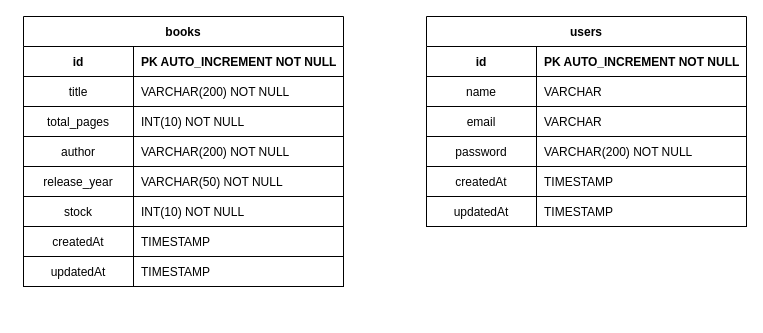
wendelcutrim/livraria-api-0622CDFSPCN18BRED keeps this draw.io diagram as database/db.drawio. Above is the earlier version. Source tidied: cells renumbered, new cells numbered last; positions are measured from the earlier drawing's top-left corner, leaving out a move shared by most shapes. Both pictures are drawn from the tidied source at 100%, with x=0, y=0 at pixel (23, 16).
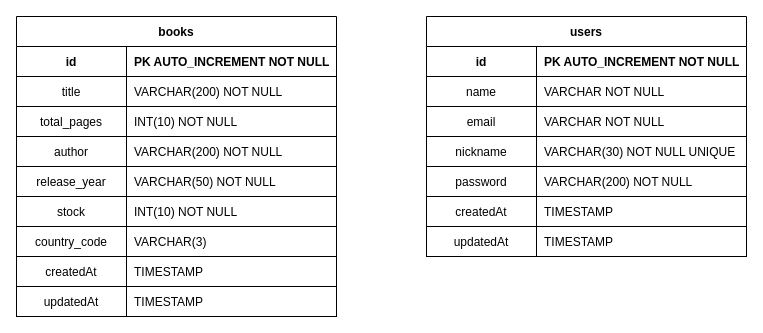
The same page after the edit.

The change refers to these unchanged cells:
```xml
<mxCell id="21" style="shape=tableRow;horizontal=0;startSize=0;swimlaneHead=0;swimlaneBody=0;fillColor=none;top=0;left=0;right=0;bottom=1;" parent="2" vertex="1">
  <mxGeometry y="210" width="320" height="30" as="geometry" />
</mxCell>
<mxCell id="24" style="shape=tableRow;horizontal=0;startSize=0;swimlaneHead=0;swimlaneBody=0;fillColor=none;top=0;left=0;right=0;bottom=1;" parent="2" vertex="1">
  <mxGeometry y="240" width="320" height="30" as="geometry" />
</mxCell>
<mxCell id="31" style="shape=tableRow;horizontal=0;startSize=0;swimlaneHead=0;swimlaneBody=0;fillColor=none;top=0;left=0;right=0;bottom=1;" parent="27" vertex="1">
  <mxGeometry y="60" width="320" height="30" as="geometry" />
</mxCell>
<mxCell id="34" style="shape=tableRow;horizontal=0;startSize=0;swimlaneHead=0;swimlaneBody=0;fillColor=none;top=0;left=0;right=0;bottom=1;" parent="27" vertex="1">
  <mxGeometry y="90" width="320" height="30" as="geometry" />
</mxCell>
<mxCell id="37" style="shape=tableRow;horizontal=0;startSize=0;swimlaneHead=0;swimlaneBody=0;fillColor=none;top=0;left=0;right=0;bottom=1;" parent="27" vertex="1">
  <mxGeometry y="120" width="320" height="30" as="geometry" />
</mxCell>
<mxCell id="40" style="shape=tableRow;horizontal=0;startSize=0;swimlaneHead=0;swimlaneBody=0;fillColor=none;top=0;left=0;right=0;bottom=1;" parent="27" vertex="1">
  <mxGeometry y="150" width="320" height="30" as="geometry" />
</mxCell>
<mxCell id="43" style="shape=tableRow;horizontal=0;startSize=0;swimlaneHead=0;swimlaneBody=0;fillColor=none;top=0;left=0;right=0;bottom=1;" parent="27" vertex="1">
  <mxGeometry y="180" width="320" height="30" as="geometry" />
</mxCell>
```

Change to the diagram source:
```diff
@@
     <mxCell id="2" value="books" style="shape=table;startSize=30;childLayout=tableLayout;rowLines=0;fontStyle=1;align=center;" parent="1" vertex="1">
-      <mxGeometry width="320" height="270" as="geometry" />
+      <mxGeometry x="-7" width="320" height="300" as="geometry" />
     </mxCell>
@@
-    <mxCell id="22" value="createdAt" style="shape=partialRectangle;fillColor=none;top=0;left=0;bottom=0;right=0;fontStyle=0;overflow=hidden;" parent="21" vertex="1">
+    <mxCell id="22" value="country_code" style="shape=partialRectangle;fillColor=none;top=0;left=0;bottom=0;right=0;fontStyle=0;overflow=hidden;" parent="21" vertex="1">
       <mxGeometry width="110" height="30" as="geometry" />
     </mxCell>
-    <mxCell id="23" value="TIMESTAMP" style="shape=partialRectangle;fillColor=none;top=0;left=0;bottom=0;right=0;align=left;spacingLeft=6;fontStyle=0;overflow=hidden;" parent="21" vertex="1">
+    <mxCell id="23" value="VARCHAR(3)" style="shape=partialRectangle;fillColor=none;top=0;left=0;bottom=0;right=0;align=left;spacingLeft=6;fontStyle=0;overflow=hidden;" parent="21" vertex="1">
       <mxGeometry x="110" width="210" height="30" as="geometry" />
     </mxCell>
@@
-    <mxCell id="25" value="updatedAt" style="shape=partialRectangle;fillColor=none;top=0;left=0;bottom=0;right=0;fontStyle=0;overflow=hidden;" parent="24" vertex="1">
+    <mxCell id="25" value="createdAt" style="shape=partialRectangle;fillColor=none;top=0;left=0;bottom=0;right=0;fontStyle=0;overflow=hidden;" parent="24" vertex="1">
       <mxGeometry width="110" height="30" as="geometry" />
     </mxCell>
@@
+    <mxCell id="46" style="shape=tableRow;horizontal=0;startSize=0;swimlaneHead=0;swimlaneBody=0;fillColor=none;top=0;left=0;right=0;bottom=1;" parent="2" vertex="1">
+      <mxGeometry y="270" width="320" height="30" as="geometry" />
+    </mxCell>
+    <mxCell id="47" value="updatedAt" style="shape=partialRectangle;fillColor=none;top=0;left=0;bottom=0;right=0;fontStyle=0;overflow=hidden;" parent="46" vertex="1">
+      <mxGeometry width="110" height="30" as="geometry" />
+    </mxCell>
+    <mxCell id="48" value="TIMESTAMP" style="shape=partialRectangle;fillColor=none;top=0;left=0;bottom=0;right=0;align=left;spacingLeft=6;fontStyle=0;overflow=hidden;" parent="46" vertex="1">
+      <mxGeometry x="110" width="210" height="30" as="geometry" />
+    </mxCell>
     <mxCell id="27" value="users" style="shape=table;startSize=30;childLayout=tableLayout;rowLines=0;fontStyle=1;align=center;" parent="1" vertex="1">
-      <mxGeometry x="403" width="320" height="210" as="geometry" />
+      <mxGeometry x="403" width="320" height="240" as="geometry" />
     </mxCell>
@@
-    <mxCell id="33" value="VARCHAR" style="shape=partialRectangle;fillColor=none;top=0;left=0;bottom=0;right=0;align=left;spacingLeft=6;fontStyle=0;overflow=hidden;" parent="31" vertex="1">
+    <mxCell id="33" value="VARCHAR NOT NULL" style="shape=partialRectangle;fillColor=none;top=0;left=0;bottom=0;right=0;align=left;spacingLeft=6;fontStyle=0;overflow=hidden;" parent="31" vertex="1">
       <mxGeometry x="110" width="210" height="30" as="geometry" />
     </mxCell>
@@
-    <mxCell id="36" value="VARCHAR" style="shape=partialRectangle;fillColor=none;top=0;left=0;bottom=0;right=0;align=left;spacingLeft=6;fontStyle=0;overflow=hidden;" parent="34" vertex="1">
+    <mxCell id="36" value="VARCHAR NOT NULL" style="shape=partialRectangle;fillColor=none;top=0;left=0;bottom=0;right=0;align=left;spacingLeft=6;fontStyle=0;overflow=hidden;" parent="34" vertex="1">
       <mxGeometry x="110" width="210" height="30" as="geometry" />
     </mxCell>
@@
-    <mxCell id="38" value="password" style="shape=partialRectangle;fillColor=none;top=0;left=0;bottom=0;right=0;fontStyle=0;overflow=hidden;" parent="37" vertex="1">
+    <mxCell id="38" value="nickname" style="shape=partialRectangle;fillColor=none;top=0;left=0;bottom=0;right=0;fontStyle=0;overflow=hidden;" parent="37" vertex="1">
       <mxGeometry width="110" height="30" as="geometry" />
     </mxCell>
-    <mxCell id="39" value="VARCHAR(200) NOT NULL" style="shape=partialRectangle;fillColor=none;top=0;left=0;bottom=0;right=0;align=left;spacingLeft=6;fontStyle=0;overflow=hidden;" parent="37" vertex="1">
+    <mxCell id="39" value="VARCHAR(30) NOT NULL UNIQUE" style="shape=partialRectangle;fillColor=none;top=0;left=0;bottom=0;right=0;align=left;spacingLeft=6;fontStyle=0;overflow=hidden;" parent="37" vertex="1">
       <mxGeometry x="110" width="210" height="30" as="geometry" />
     </mxCell>
@@
-    <mxCell id="41" value="createdAt" style="shape=partialRectangle;fillColor=none;top=0;left=0;bottom=0;right=0;fontStyle=0;overflow=hidden;" parent="40" vertex="1">
+    <mxCell id="41" value="password" style="shape=partialRectangle;fillColor=none;top=0;left=0;bottom=0;right=0;fontStyle=0;overflow=hidden;" parent="40" vertex="1">
       <mxGeometry width="110" height="30" as="geometry" />
     </mxCell>
-    <mxCell id="42" value="TIMESTAMP" style="shape=partialRectangle;fillColor=none;top=0;left=0;bottom=0;right=0;align=left;spacingLeft=6;fontStyle=0;overflow=hidden;" parent="40" vertex="1">
+    <mxCell id="42" value="VARCHAR(200) NOT NULL" style="shape=partialRectangle;fillColor=none;top=0;left=0;bottom=0;right=0;align=left;spacingLeft=6;fontStyle=0;overflow=hidden;" parent="40" vertex="1">
       <mxGeometry x="110" width="210" height="30" as="geometry" />
     </mxCell>
@@
-    <mxCell id="44" value="updatedAt" style="shape=partialRectangle;fillColor=none;top=0;left=0;bottom=0;right=0;fontStyle=0;overflow=hidden;" parent="43" vertex="1">
+    <mxCell id="44" value="createdAt" style="shape=partialRectangle;fillColor=none;top=0;left=0;bottom=0;right=0;fontStyle=0;overflow=hidden;" parent="43" vertex="1">
       <mxGeometry width="110" height="30" as="geometry" />
     </mxCell>
@@
+    <mxCell id="49" style="shape=tableRow;horizontal=0;startSize=0;swimlaneHead=0;swimlaneBody=0;fillColor=none;top=0;left=0;right=0;bottom=1;" parent="27" vertex="1">
+      <mxGeometry y="210" width="320" height="30" as="geometry" />
+    </mxCell>
+    <mxCell id="50" value="updatedAt" style="shape=partialRectangle;fillColor=none;top=0;left=0;bottom=0;right=0;fontStyle=0;overflow=hidden;" parent="49" vertex="1">
+      <mxGeometry width="110" height="30" as="geometry" />
+    </mxCell>
+    <mxCell id="51" value="TIMESTAMP" style="shape=partialRectangle;fillColor=none;top=0;left=0;bottom=0;right=0;align=left;spacingLeft=6;fontStyle=0;overflow=hidden;" parent="49" vertex="1">
+      <mxGeometry x="110" width="210" height="30" as="geometry" />
+    </mxCell>
```
